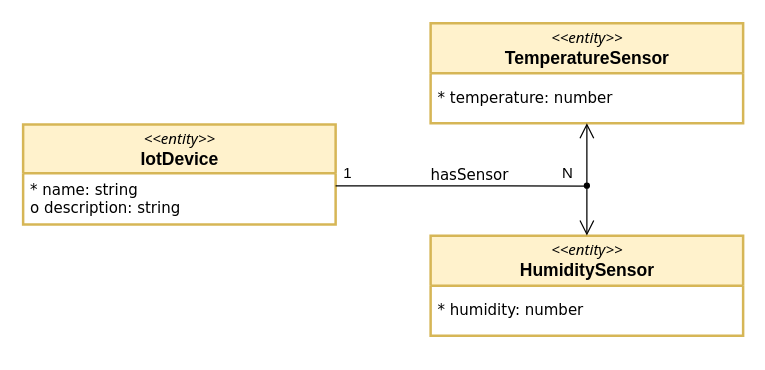
This is page "schema" (1 of 3) of resources/images/iot-sensors-information-model.drawio from giros-dit/ngsi-ld-client-tester, a draw.io file, before an edit. Source tidied: cells renumbered, new cells numbered last; positions are measured from the earlier drawing's top-left corner, leaving out a move shared by most shapes. Both pictures are drawn from the tidied source at 125%, with x=0, y=0 at pixel (22, 22).
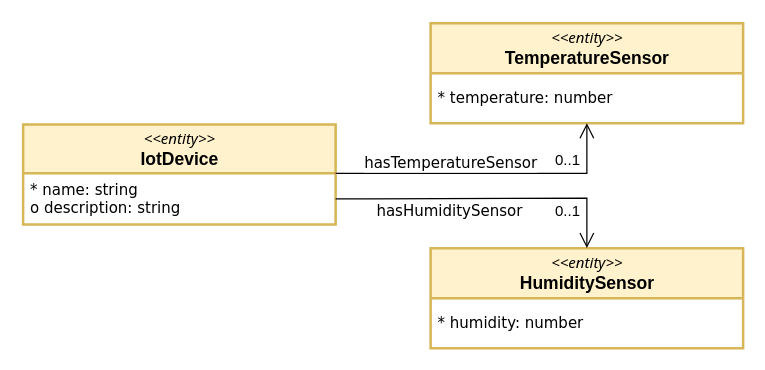
The same diagram, later.

Change to the diagram source:
```diff
@@
 <mxGraphModel>
   <root>
     <mxCell id="0" />
     <mxCell id="1" parent="0" />
     <mxCell id="2" value="&lt;font face=&quot;Tahoma&quot;&gt;&lt;i style=&quot;&quot;&gt;&lt;font style=&quot;font-size: 12px;&quot;&gt;&amp;lt;&amp;lt;entity&amp;gt;&amp;gt;&lt;/font&gt;&lt;/i&gt;&lt;br&gt;&lt;/font&gt;&lt;b&gt;IotDevice&lt;/b&gt;" style="swimlane;horizontal=1;startSize=39;rounded=0;fontSize=14;fontStyle=0;strokeWidth=2;shadow=0;dashed=0;align=center;fillColor=#fff2cc;strokeColor=#d6b656;arcSize=19;spacingBottom=2;html=1;" parent="1" vertex="1">
       <mxGeometry y="81" width="250" height="80" as="geometry" />
     </mxCell>
-    <mxCell id="3" value="* name: string&lt;br&gt;o description: string" style="align=left;strokeColor=none;fillColor=none;spacingLeft=4;fontSize=12;verticalAlign=top;html=1;fontFamily=Verdana;" parent="2" vertex="1">
+    <mxCell id="3" value="&lt;div style=&quot;&quot;&gt;&lt;span style=&quot;&quot;&gt;* name: string&lt;/span&gt;&lt;/div&gt;&lt;div style=&quot;text-align: center;&quot;&gt;&lt;span style=&quot;background-color: rgb(255, 255, 255); text-align: left;&quot;&gt;o&lt;/span&gt;&lt;span style=&quot;background-color: rgb(255, 255, 255); text-align: left;&quot;&gt;&amp;nbsp;&lt;/span&gt;&lt;span style=&quot;text-align: left;&quot;&gt;description: string&lt;/span&gt;&lt;br&gt;&lt;/div&gt;" style="align=left;strokeColor=none;fillColor=none;spacingLeft=4;fontSize=12;verticalAlign=top;html=1;fontFamily=Verdana;" parent="2" vertex="1">
       <mxGeometry y="39" width="250" height="41" as="geometry" />
     </mxCell>
     <mxCell id="4" value="&lt;font style=&quot;font-size: 12px;&quot; face=&quot;Tahoma&quot;&gt;&amp;lt;&amp;lt;entity&amp;gt;&amp;gt;&lt;/font&gt;&lt;br&gt;&lt;span style=&quot;font-style: normal;&quot;&gt;&lt;b&gt;TemperatureSensor&lt;/b&gt;&lt;/span&gt;" style="swimlane;horizontal=1;startSize=40;rounded=0;fontSize=14;fontStyle=2;strokeWidth=2;shadow=0;dashed=0;align=center;fillColor=#fff2cc;strokeColor=#d6b656;spacingBottom=2;arcSize=19;fixDash=0;backgroundOutline=0;enumerate=0;noLabel=0;html=1;" parent="1" vertex="1">
       <mxGeometry x="326" width="250" height="80" as="geometry" />
     </mxCell>
     <mxCell id="5" value="* temperature: number" style="align=left;strokeColor=none;fillColor=none;spacingLeft=4;fontSize=12;verticalAlign=middle;spacingBottom=0;html=1;fontFamily=Verdana;spacing=2;horizontal=1;" parent="4" vertex="1">
       <mxGeometry y="40" width="250" height="40" as="geometry" />
     </mxCell>
     <mxCell id="6" value="&lt;font style=&quot;font-size: 12px;&quot; face=&quot;Tahoma&quot;&gt;&amp;lt;&amp;lt;entity&amp;gt;&amp;gt;&lt;/font&gt;&lt;br&gt;&lt;span style=&quot;font-style: normal;&quot;&gt;&lt;b&gt;HumiditySensor&lt;/b&gt;&lt;/span&gt;" style="swimlane;horizontal=1;startSize=40;rounded=0;fontSize=14;fontStyle=2;strokeWidth=2;shadow=0;dashed=0;align=center;fillColor=#fff2cc;strokeColor=#d6b656;spacingBottom=2;arcSize=19;fixDash=0;backgroundOutline=0;enumerate=0;noLabel=0;html=1;" parent="1" vertex="1">
-      <mxGeometry x="326" y="170" width="250" height="80" as="geometry" />
+      <mxGeometry x="326" y="180" width="250" height="80" as="geometry" />
     </mxCell>
     <mxCell id="7" value="* humidity: number" style="align=left;strokeColor=none;fillColor=none;spacingLeft=4;fontSize=12;verticalAlign=middle;spacingBottom=0;html=1;fontFamily=Verdana;spacing=2;horizontal=1;" parent="6" vertex="1">
       <mxGeometry y="40" width="250" height="40" as="geometry" />
     </mxCell>
-    <mxCell id="8" style="edgeStyle=orthogonalEdgeStyle;rounded=0;jumpSize=8;jettySize=auto;html=1;fontFamily=Verdana;fontSize=12;fontColor=#000000;startArrow=open;startFill=0;endArrow=oval;endFill=1;startSize=10;endSize=4;exitX=0.5;exitY=0;exitDx=0;exitDy=0;strokeWidth=1;" parent="1" edge="1" source="6">
-      <mxGeometry x="0.07" y="-11" relative="1" as="geometry">
-        <mxPoint x="451" y="130" as="targetPoint" />
-        <Array as="points">
-          <mxPoint x="451" y="130" />
-        </Array>
-      </mxGeometry>
-    </mxCell>
-    <mxCell id="9" style="edgeStyle=orthogonalEdgeStyle;rounded=0;jettySize=auto;html=1;exitX=1;exitY=0.25;exitDx=0;exitDy=0;entryX=0.5;entryY=1;entryDx=0;entryDy=0;endArrow=open;endFill=0;startSize=4;endSize=10;" parent="1" edge="1" source="3" target="5">
+    <mxCell id="9" style="edgeStyle=orthogonalEdgeStyle;rounded=0;jettySize=auto;html=1;exitX=1;exitY=0.25;exitDx=0;exitDy=0;endArrow=open;endFill=0;startSize=4;endSize=10;entryX=0.5;entryY=1;entryDx=0;entryDy=0;" parent="1" edge="1" target="5">
       <mxGeometry relative="1" as="geometry">
+        <mxPoint x="250" y="120.2" as="sourcePoint" />
         <Array as="points">
-          <mxPoint x="250" y="130" />
-          <mxPoint x="451" y="130" />
+          <mxPoint x="451" y="120" />
         </Array>
       </mxGeometry>
     </mxCell>
-    <mxCell id="10" value="&lt;font face=&quot;Verdana&quot; style=&quot;font-size: 12px;&quot;&gt;hasSensor&lt;/font&gt;" style="edgeLabel;html=1;align=center;verticalAlign=middle;" parent="9" vertex="1">
+    <mxCell id="10" value="&lt;font face=&quot;Verdana&quot; style=&quot;font-size: 12px;&quot;&gt;hasTemperatureSensor&lt;/font&gt;" style="edgeLabel;html=1;align=center;verticalAlign=middle;" parent="9" vertex="1">
       <mxGeometry x="0.01" y="1" relative="1" as="geometry">
-        <mxPoint x="-21" y="-8" as="offset" />
+        <mxPoint x="-31" y="-8" as="offset" />
       </mxGeometry>
     </mxCell>
-    <mxCell id="11" value="1" style="text;html=1;strokeColor=none;fillColor=none;align=center;verticalAlign=middle;whiteSpace=wrap;rounded=0;" parent="1" vertex="1">
-      <mxGeometry x="250" y="110" width="20" height="20" as="geometry" />
-    </mxCell>
-    <mxCell id="12" value="N" style="text;html=1;strokeColor=none;fillColor=none;align=center;verticalAlign=middle;whiteSpace=wrap;rounded=0;" parent="1" vertex="1">
-      <mxGeometry x="426" y="110" width="20" height="20" as="geometry" />
+    <mxCell id="12" value="0..1" style="text;html=1;strokeColor=none;fillColor=none;align=center;verticalAlign=middle;whiteSpace=wrap;rounded=0;" parent="1" vertex="1">
+      <mxGeometry x="426" y="100" width="20" height="20" as="geometry" />
     </mxCell>
+    <mxCell id="13" style="edgeStyle=orthogonalEdgeStyle;rounded=0;jettySize=auto;html=1;exitX=1;exitY=0.5;exitDx=0;exitDy=0;entryX=0.5;entryY=0;entryDx=0;entryDy=0;endArrow=open;endFill=0;startSize=4;endSize=10;" parent="1" edge="1" source="3" target="6">
+      <mxGeometry relative="1" as="geometry">
+        <Array as="points">
+          <mxPoint x="276" y="141" />
+          <mxPoint x="451" y="140" />
+        </Array>
+      </mxGeometry>
+    </mxCell>
+    <mxCell id="14" value="&lt;font face=&quot;Verdana&quot; style=&quot;font-size: 12px;&quot;&gt;hasHumiditySensor&lt;/font&gt;" style="edgeLabel;html=1;align=center;verticalAlign=middle;" parent="13" vertex="1">
+      <mxGeometry x="0.01" y="1" relative="1" as="geometry">
+        <mxPoint x="-31" y="11" as="offset" />
+      </mxGeometry>
+    </mxCell>
+    <mxCell id="15" value="0..1" style="text;html=1;strokeColor=none;fillColor=none;align=center;verticalAlign=middle;whiteSpace=wrap;rounded=0;" parent="1" vertex="1">
+      <mxGeometry x="426" y="141" width="20" height="20" as="geometry" />
+    </mxCell>
   </root>
 </mxGraphModel>
```
